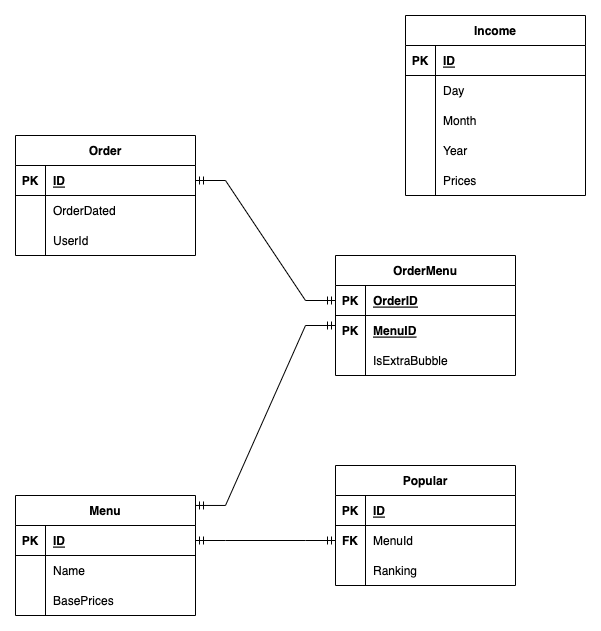
Before: erd.drawio.png, a diagram exported from draw.io (marttp/boba-shop-traffic). Source tidied: cells renumbered, new cells last; positions are measured from the earlier drawing's top-left corner, leaving out a move shared by most shapes.
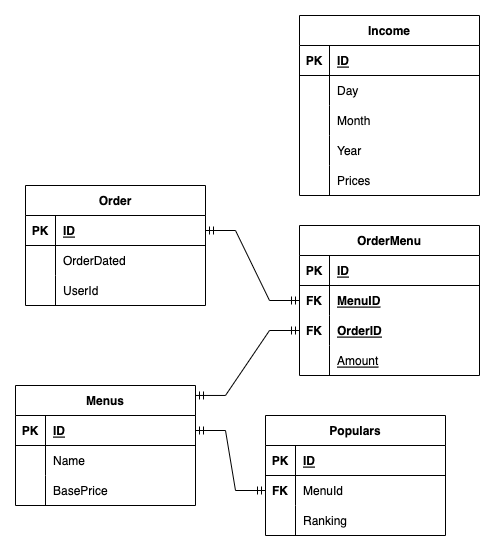
The same diagram one commit later.

Change to the diagram source:
```diff
@@ -2,8 +2,8 @@
   <root>
     <mxCell id="0" />
     <mxCell id="1" parent="0" />
-    <mxCell id="2" value="Popular" style="shape=table;startSize=30;rowLines=0;fontStyle=1;align=center;" parent="1" vertex="1">
-      <mxGeometry x="320" y="450" width="180" height="120" as="geometry" />
+    <mxCell id="2" value="Populars" style="shape=table;startSize=30;rowLines=0;fontStyle=1;align=center;" parent="1" vertex="1">
+      <mxGeometry x="270" y="570" width="180" height="120" as="geometry" />
     </mxCell>
     <mxCell id="3" style="shape=partialRectangle;fillColor=none;top=0;left=0;bottom=1;right=0;" parent="2" vertex="1">
       <mxGeometry y="30" width="180" height="30" as="geometry" />
@@ -17,7 +17,7 @@
     <mxCell id="6" style="shape=partialRectangle;fillColor=none;top=0;left=0;bottom=0;right=0;points=[[0,0.5],[1,0.5]];portConstraint=eastwest;" parent="2" vertex="1">
       <mxGeometry y="60" width="180" height="30" as="geometry" />
     </mxCell>
-    <mxCell id="7" style="shape=partialRectangle;fillColor=none;top=0;left=0;bottom=0;right=0;overflow=hidden;" parent="6" vertex="1">
+    <mxCell id="7" value="FK" style="shape=partialRectangle;fillColor=none;top=0;left=0;bottom=0;right=0;overflow=hidden;fontStyle=1;" parent="6" vertex="1">
       <mxGeometry width="30" height="30" as="geometry" />
     </mxCell>
     <mxCell id="8" value="MenuId" style="shape=partialRectangle;fillColor=none;top=0;left=0;bottom=0;right=0;align=left;spacingLeft=6;overflow=hidden;" parent="6" vertex="1">
@@ -33,7 +33,7 @@
       <mxGeometry x="30" width="150" height="30" as="geometry" />
     </mxCell>
     <mxCell id="12" style="group;" parent="1" vertex="1">
-      <mxGeometry x="390" width="180" height="180" as="geometry" />
+      <mxGeometry x="304" y="170" width="180" height="180" as="geometry" />
     </mxCell>
     <mxCell id="13" value="Income" style="shape=table;startSize=30;rowLines=0;fontStyle=1;align=center;" parent="12" vertex="1">
       <mxGeometry width="180" height="180" as="geometry" />
@@ -74,14 +74,17 @@
     <mxCell id="25" value="Year" style="shape=partialRectangle;fillColor=none;top=0;left=0;bottom=0;right=0;align=left;spacingLeft=6;overflow=hidden;" parent="23" vertex="1">
       <mxGeometry x="30" width="150" height="30" as="geometry" />
     </mxCell>
+    <mxCell id="62" style="shape=partialRectangle;fillColor=none;top=0;left=0;bottom=0;right=0;" parent="13" vertex="1">
+      <mxGeometry y="150" width="180" height="30" as="geometry" />
+    </mxCell>
+    <mxCell id="63" style="shape=partialRectangle;fillColor=none;top=0;left=0;bottom=0;right=0;overflow=hidden;" parent="62" vertex="1">
+      <mxGeometry width="30" height="30" as="geometry" />
+    </mxCell>
-    <mxCell id="26" value="Prices" style="shape=partialRectangle;fillColor=none;top=0;left=0;bottom=0;right=0;align=left;spacingLeft=6;overflow=hidden;" parent="12" vertex="1">
-      <mxGeometry x="30" y="150" width="150" height="30" as="geometry" />
+    <mxCell id="26" value="Prices" style="shape=partialRectangle;fillColor=none;top=0;left=0;bottom=0;right=0;align=left;spacingLeft=6;overflow=hidden;" parent="62" vertex="1">
+      <mxGeometry x="30" width="150" height="30" as="geometry" />
     </mxCell>
-    <mxCell id="27" value="FK" style="shape=partialRectangle;fillColor=none;top=0;left=0;bottom=0;right=0;fontStyle=1;overflow=hidden;" parent="1" vertex="1">
-      <mxGeometry x="320" y="510" width="30" height="30" as="geometry" />
-    </mxCell>
-    <mxCell id="28" value="Menu" style="shape=table;startSize=30;rowLines=0;fontStyle=1;align=center;" parent="1" vertex="1">
-      <mxGeometry y="480" width="180" height="120" as="geometry" />
+    <mxCell id="28" value="Menus" style="shape=table;startSize=30;rowLines=0;fontStyle=1;align=center;" parent="1" vertex="1">
+      <mxGeometry x="20" y="540" width="180" height="120" as="geometry" />
     </mxCell>
     <mxCell id="29" style="shape=partialRectangle;fillColor=none;top=0;left=0;bottom=1;right=0;points=[[0,0.5],[1,0.5]];portConstraint=eastwest;" parent="28" vertex="1">
       <mxGeometry y="30" width="180" height="30" as="geometry" />
@@ -107,11 +110,11 @@
     <mxCell id="36" style="shape=partialRectangle;fillColor=none;top=0;left=0;bottom=0;right=0;overflow=hidden;" parent="35" vertex="1">
       <mxGeometry width="30" height="30" as="geometry" />
     </mxCell>
-    <mxCell id="37" value="BasePrices" style="shape=partialRectangle;fillColor=none;top=0;left=0;bottom=0;right=0;align=left;spacingLeft=6;overflow=hidden;" parent="35" vertex="1">
+    <mxCell id="37" value="BasePrice" style="shape=partialRectangle;fillColor=none;top=0;left=0;bottom=0;right=0;align=left;spacingLeft=6;overflow=hidden;" parent="35" vertex="1">
       <mxGeometry x="30" width="150" height="30" as="geometry" />
     </mxCell>
     <mxCell id="38" value="Order" style="shape=table;startSize=30;rowLines=0;fontStyle=1;align=center;" parent="1" vertex="1">
-      <mxGeometry y="120" width="180" height="120" as="geometry" />
+      <mxGeometry x="30" y="340" width="180" height="120" as="geometry" />
     </mxCell>
     <mxCell id="39" style="shape=partialRectangle;fillColor=none;top=0;left=0;bottom=1;right=0;points=[[0,0.5],[1,0.5]];portConstraint=eastwest;" parent="38" vertex="1">
       <mxGeometry y="30" width="180" height="30" as="geometry" />
@@ -141,7 +144,7 @@
       <mxGeometry x="30" width="150" height="30" as="geometry" />
     </mxCell>
     <mxCell id="48" value="OrderMenu" style="shape=table;startSize=30;rowLines=0;fontStyle=1;align=center;" parent="1" vertex="1">
-      <mxGeometry x="320" y="240" width="180" height="120" as="geometry" />
+      <mxGeometry x="304" y="380" width="180" height="150" as="geometry" />
     </mxCell>
     <mxCell id="49" style="shape=partialRectangle;fillColor=none;top=0;left=0;bottom=1;right=0;points=[[0,0.5],[1,0.5]];portConstraint=eastwest;" parent="48" vertex="1">
       <mxGeometry y="30" width="180" height="30" as="geometry" />
@@ -149,13 +152,13 @@
     <mxCell id="50" value="PK" style="shape=partialRectangle;fillColor=none;top=0;left=0;bottom=0;right=0;fontStyle=1;overflow=hidden;" parent="49" vertex="1">
       <mxGeometry width="30" height="30" as="geometry" />
     </mxCell>
-    <mxCell id="51" value="OrderID" style="shape=partialRectangle;fillColor=none;top=0;left=0;bottom=0;right=0;align=left;spacingLeft=6;fontStyle=5;overflow=hidden;" parent="49" vertex="1">
+    <mxCell id="51" value="ID" style="shape=partialRectangle;fillColor=none;top=0;left=0;bottom=0;right=0;align=left;spacingLeft=6;fontStyle=5;overflow=hidden;" parent="49" vertex="1">
       <mxGeometry x="30" width="150" height="30" as="geometry" />
     </mxCell>
     <mxCell id="52" style="shape=partialRectangle;fillColor=none;top=0;left=0;bottom=0;right=0;points=[[0,0.5],[1,0.5]];portConstraint=eastwest;" parent="48" vertex="1">
       <mxGeometry y="60" width="180" height="30" as="geometry" />
     </mxCell>
-    <mxCell id="53" style="shape=partialRectangle;fillColor=none;top=0;left=0;bottom=0;right=0;overflow=hidden;" parent="52" vertex="1">
+    <mxCell id="53" value="FK" style="shape=partialRectangle;fillColor=none;top=0;left=0;bottom=0;right=0;overflow=hidden;fontStyle=1;" parent="52" vertex="1">
       <mxGeometry width="30" height="30" as="geometry" />
     </mxCell>
     <mxCell id="54" value="MenuID" style="shape=partialRectangle;fillColor=none;top=0;left=0;bottom=0;right=0;align=left;spacingLeft=6;overflow=hidden;fontStyle=5;" parent="52" vertex="1">
@@ -164,26 +167,28 @@
     <mxCell id="55" style="shape=partialRectangle;fillColor=none;top=0;left=0;bottom=0;right=0;points=[[0,0.5],[1,0.5]];portConstraint=eastwest;" parent="48" vertex="1">
       <mxGeometry y="90" width="180" height="30" as="geometry" />
     </mxCell>
-    <mxCell id="56" style="shape=partialRectangle;fillColor=none;top=0;left=0;bottom=0;right=0;overflow=hidden;" parent="55" vertex="1">
-      <mxGeometry width="30" height="30" as="geometry" />
-    </mxCell>
-    <mxCell id="57" value="IsExtraBubble" style="shape=partialRectangle;fillColor=none;top=0;left=0;bottom=0;right=0;align=left;spacingLeft=6;overflow=hidden;" parent="55" vertex="1">
-      <mxGeometry x="30" width="150" height="30" as="geometry" />
-    </mxCell>
-    <mxCell id="58" value="PK" style="shape=partialRectangle;fillColor=none;top=0;left=0;bottom=0;right=0;fontStyle=1;overflow=hidden;" parent="1" vertex="1">
-      <mxGeometry x="320" y="300" width="30" height="30" as="geometry" />
-    </mxCell>
+    <mxCell id="27" value="FK" style="shape=partialRectangle;fillColor=none;top=0;left=0;bottom=0;right=0;overflow=hidden;fontStyle=1;" parent="55" vertex="1">
+      <mxGeometry width="30" height="30" as="geometry" />
+    </mxCell>
+    <mxCell id="64" value="OrderID" style="shape=partialRectangle;fillColor=none;top=0;left=0;bottom=0;right=0;align=left;spacingLeft=6;overflow=hidden;fontStyle=5;" parent="55" vertex="1">
+      <mxGeometry x="30" width="150" height="30" as="geometry" />
+    </mxCell>
+    <mxCell id="65" style="shape=partialRectangle;fillColor=none;top=0;left=0;bottom=0;right=0;" parent="48" vertex="1">
+      <mxGeometry y="120" width="180" height="30" as="geometry" />
+    </mxCell>
+    <mxCell id="66" style="shape=partialRectangle;fillColor=none;top=0;left=0;bottom=0;right=0;overflow=hidden;" parent="65" vertex="1">
+      <mxGeometry width="30" height="30" as="geometry" />
+    </mxCell>
+    <mxCell id="67" value="Amount" style="shape=partialRectangle;fillColor=none;top=0;left=0;bottom=0;right=0;align=left;spacingLeft=6;overflow=hidden;fontStyle=4;" parent="65" vertex="1">
+      <mxGeometry x="30" width="150" height="30" as="geometry" />
+    </mxCell>
-    <mxCell id="59" style="edgeStyle=entityRelationEdgeStyle;fontSize=12;html=1;endArrow=ERmandOne;startArrow=ERmandOne;rounded=0;exitX=1;exitY=0.5;exitDx=0;exitDy=0;" parent="1" edge="1" source="29">
-      <mxGeometry relative="1" as="geometry">
-        <mxPoint x="320" y="525" as="targetPoint" />
-      </mxGeometry>
+    <mxCell id="59" style="edgeStyle=entityRelationEdgeStyle;fontSize=12;html=1;endArrow=ERmandOne;startArrow=ERmandOne;rounded=0;exitX=1;exitY=0.5;exitDx=0;exitDy=0;entryX=0;entryY=0.5;entryDx=0;entryDy=0;" parent="1" edge="1" source="29" target="6">
+      <mxGeometry relative="1" as="geometry" />
     </mxCell>
-    <mxCell id="60" style="edgeStyle=entityRelationEdgeStyle;fontSize=12;html=1;endArrow=ERmandOne;startArrow=ERmandOne;rounded=0;exitX=1;exitY=0.083;exitDx=0;exitDy=0;exitPerimeter=0;" parent="1" edge="1" source="28">
-      <mxGeometry relative="1" as="geometry">
-        <mxPoint x="320" y="310" as="targetPoint" />
-      </mxGeometry>
+    <mxCell id="60" style="edgeStyle=entityRelationEdgeStyle;fontSize=12;html=1;endArrow=ERmandOne;startArrow=ERmandOne;rounded=0;exitX=1;exitY=0.083;exitDx=0;exitDy=0;exitPerimeter=0;entryX=0;entryY=0.5;entryDx=0;entryDy=0;" parent="1" edge="1" source="28" target="55">
+      <mxGeometry relative="1" as="geometry" />
     </mxCell>
-    <mxCell id="61" style="edgeStyle=entityRelationEdgeStyle;fontSize=12;html=1;endArrow=ERmandOne;startArrow=ERmandOne;rounded=0;exitX=1;exitY=0.5;exitDx=0;exitDy=0;entryX=0;entryY=0.5;entryDx=0;entryDy=0;" parent="1" edge="1" source="39" target="49">
+    <mxCell id="61" style="edgeStyle=entityRelationEdgeStyle;fontSize=12;html=1;endArrow=ERmandOne;startArrow=ERmandOne;rounded=0;exitX=1;exitY=0.5;exitDx=0;exitDy=0;entryX=0;entryY=0.5;entryDx=0;entryDy=0;" parent="1" edge="1" source="39" target="52">
       <mxGeometry relative="1" as="geometry" />
     </mxCell>
   </root>
```
